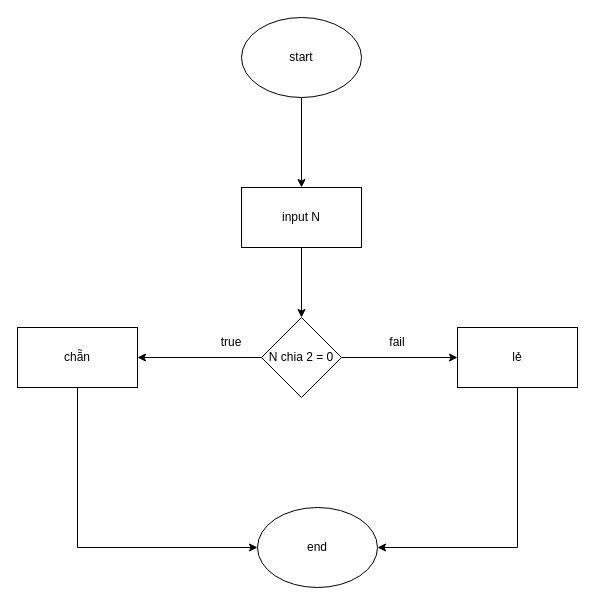
Before: page "bài2" (2 of 2) of bài 1.drawio in KimiPrime/Ng-n-ng-l-p-tr-nh-c-ss1, a draw.io diagram. Source tidied: cells renumbered, new cells numbered last; positions are measured from the earlier drawing's top-left corner, leaving out a move shared by most shapes. Both pictures are drawn from the tidied source at 100%, with x=0, y=0 at pixel (17, 17).
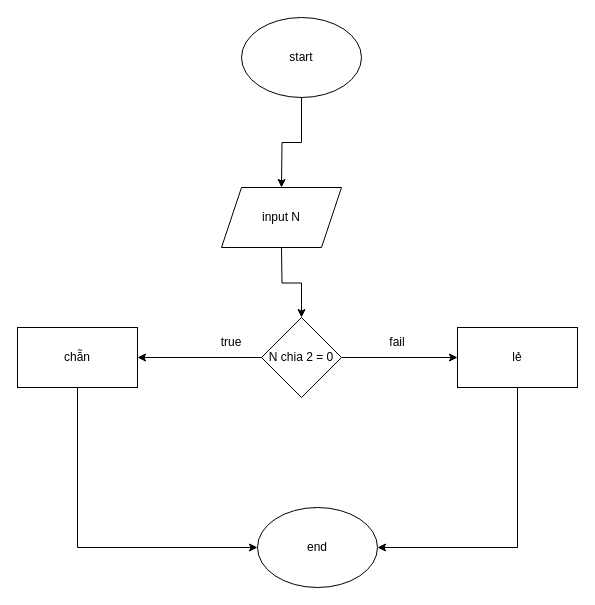
The same page after the edit.

Change to the diagram source:
```diff
@@
 <mxGraphModel>
   <root>
     <mxCell id="0" />
     <mxCell id="1" parent="0" />
-    <mxCell id="2" style="edgeStyle=orthogonalEdgeStyle;rounded=0;jettySize=auto;html=1;" parent="1" edge="1" source="3" target="5">
-      <mxGeometry relative="1" as="geometry" />
+    <mxCell id="2" style="edgeStyle=orthogonalEdgeStyle;rounded=0;jettySize=auto;html=1;" parent="1" edge="1" source="3">
+      <mxGeometry relative="1" as="geometry">
+        <mxPoint x="264" y="170" as="targetPoint" />
+      </mxGeometry>
     </mxCell>
     <mxCell id="3" value="start" style="ellipse;whiteSpace=wrap;html=1;" parent="1" vertex="1">
       <mxGeometry x="224" width="120" height="80" as="geometry" />
     </mxCell>
-    <mxCell id="4" style="edgeStyle=orthogonalEdgeStyle;rounded=0;jettySize=auto;html=1;" parent="1" edge="1" source="5" target="8">
-      <mxGeometry relative="1" as="geometry" />
+    <mxCell id="4" style="edgeStyle=orthogonalEdgeStyle;rounded=0;jettySize=auto;html=1;" parent="1" edge="1" target="8">
+      <mxGeometry relative="1" as="geometry">
+        <mxPoint x="264" y="230" as="sourcePoint" />
+      </mxGeometry>
     </mxCell>
-    <mxCell id="5" value="input N" style="whiteSpace=wrap;html=1;" parent="1" vertex="1">
-      <mxGeometry x="224" y="170" width="120" height="60" as="geometry" />
-    </mxCell>
     <mxCell id="6" style="edgeStyle=orthogonalEdgeStyle;rounded=0;jettySize=auto;html=1;" parent="1" edge="1" source="8" target="10">
       <mxGeometry relative="1" as="geometry" />
     </mxCell>
     <mxCell id="7" style="edgeStyle=orthogonalEdgeStyle;rounded=0;jettySize=auto;html=1;" parent="1" edge="1" source="8" target="12">
       <mxGeometry relative="1" as="geometry" />
     </mxCell>
     <mxCell id="8" value="N chia 2 = 0" style="rhombus;whiteSpace=wrap;html=1;" parent="1" vertex="1">
       <mxGeometry x="244" y="300" width="80" height="80" as="geometry" />
     </mxCell>
     <mxCell id="9" style="edgeStyle=orthogonalEdgeStyle;rounded=0;jettySize=auto;html=1;exitX=0.5;exitY=1;exitDx=0;exitDy=0;entryX=0;entryY=0.5;entryDx=0;entryDy=0;" parent="1" edge="1" source="10" target="15">
       <mxGeometry relative="1" as="geometry" />
     </mxCell>
     <mxCell id="10" value="chẵn" style="whiteSpace=wrap;html=1;" parent="1" vertex="1">
       <mxGeometry y="310" width="120" height="60" as="geometry" />
     </mxCell>
     <mxCell id="11" style="edgeStyle=orthogonalEdgeStyle;rounded=0;jettySize=auto;html=1;exitX=0.5;exitY=1;exitDx=0;exitDy=0;entryX=1;entryY=0.5;entryDx=0;entryDy=0;" parent="1" edge="1" source="12" target="15">
       <mxGeometry relative="1" as="geometry" />
     </mxCell>
     <mxCell id="12" value="lẻ" style="whiteSpace=wrap;html=1;" parent="1" vertex="1">
       <mxGeometry x="440" y="310" width="120" height="60" as="geometry" />
     </mxCell>
     <mxCell id="13" value="true" style="text;html=1;align=center;verticalAlign=middle;whiteSpace=wrap;rounded=0;" parent="1" vertex="1">
       <mxGeometry x="184" y="310" width="60" height="30" as="geometry" />
     </mxCell>
     <mxCell id="14" value="fail" style="text;html=1;align=center;verticalAlign=middle;whiteSpace=wrap;rounded=0;" parent="1" vertex="1">
       <mxGeometry x="350" y="310" width="60" height="30" as="geometry" />
     </mxCell>
     <mxCell id="15" value="end" style="ellipse;whiteSpace=wrap;html=1;" parent="1" vertex="1">
       <mxGeometry x="240" y="490" width="120" height="80" as="geometry" />
     </mxCell>
+    <mxCell id="5" value="input N" style="shape=parallelogram;perimeter=parallelogramPerimeter;whiteSpace=wrap;html=1;fixedSize=1;" parent="1" vertex="1">
+      <mxGeometry x="204" y="170" width="120" height="60" as="geometry" />
+    </mxCell>
   </root>
 </mxGraphModel>
```
